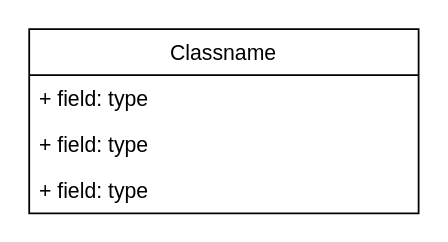
The draw.io diagram Class UML.drawio in freddy777-01/liveChat, before the edit. Source tidied: cells renumbered, new cells numbered last; positions are measured from the earlier drawing's top-left corner, leaving out a move shared by most shapes. Both pictures are drawn from the tidied source at 177%, with x=0, y=0 at pixel (28, 28).
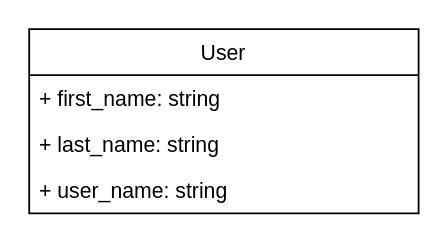
The same page after the edit.

Diff of the diagram source:
```diff
@@
 <mxGraphModel>
   <root>
     <mxCell id="0" />
     <mxCell id="1" parent="0" />
-    <mxCell id="2" value="Classname" style="swimlane;fontStyle=0;horizontal=1;startSize=26;fillColor=none;" parent="1" vertex="1">
+    <mxCell id="2" value="User" style="swimlane;fontStyle=0;horizontal=1;startSize=26;fillColor=none;" parent="1" vertex="1">
       <mxGeometry width="220" height="104" as="geometry" />
     </mxCell>
-    <mxCell id="3" value="+ field: type" style="text;strokeColor=none;fillColor=none;align=left;verticalAlign=top;spacingLeft=4;spacingRight=4;overflow=hidden;" parent="2" vertex="1">
+    <mxCell id="3" value="+ first_name: string" style="text;strokeColor=none;fillColor=none;align=left;verticalAlign=top;spacingLeft=4;spacingRight=4;overflow=hidden;" parent="2" vertex="1">
       <mxGeometry y="26" width="220" height="26" as="geometry" />
     </mxCell>
-    <mxCell id="4" value="+ field: type" style="text;strokeColor=none;fillColor=none;align=left;verticalAlign=top;spacingLeft=4;spacingRight=4;overflow=hidden;" parent="2" vertex="1">
+    <mxCell id="4" value="+ last_name: string" style="text;strokeColor=none;fillColor=none;align=left;verticalAlign=top;spacingLeft=4;spacingRight=4;overflow=hidden;" parent="2" vertex="1">
       <mxGeometry y="52" width="220" height="26" as="geometry" />
     </mxCell>
-    <mxCell id="5" value="+ field: type" style="text;strokeColor=none;fillColor=none;align=left;verticalAlign=top;spacingLeft=4;spacingRight=4;overflow=hidden;" parent="2" vertex="1">
+    <mxCell id="5" value="+ user_name: string" style="text;strokeColor=none;fillColor=none;align=left;verticalAlign=top;spacingLeft=4;spacingRight=4;overflow=hidden;" parent="2" vertex="1">
       <mxGeometry y="78" width="220" height="26" as="geometry" />
     </mxCell>
   </root>
 </mxGraphModel>
```
